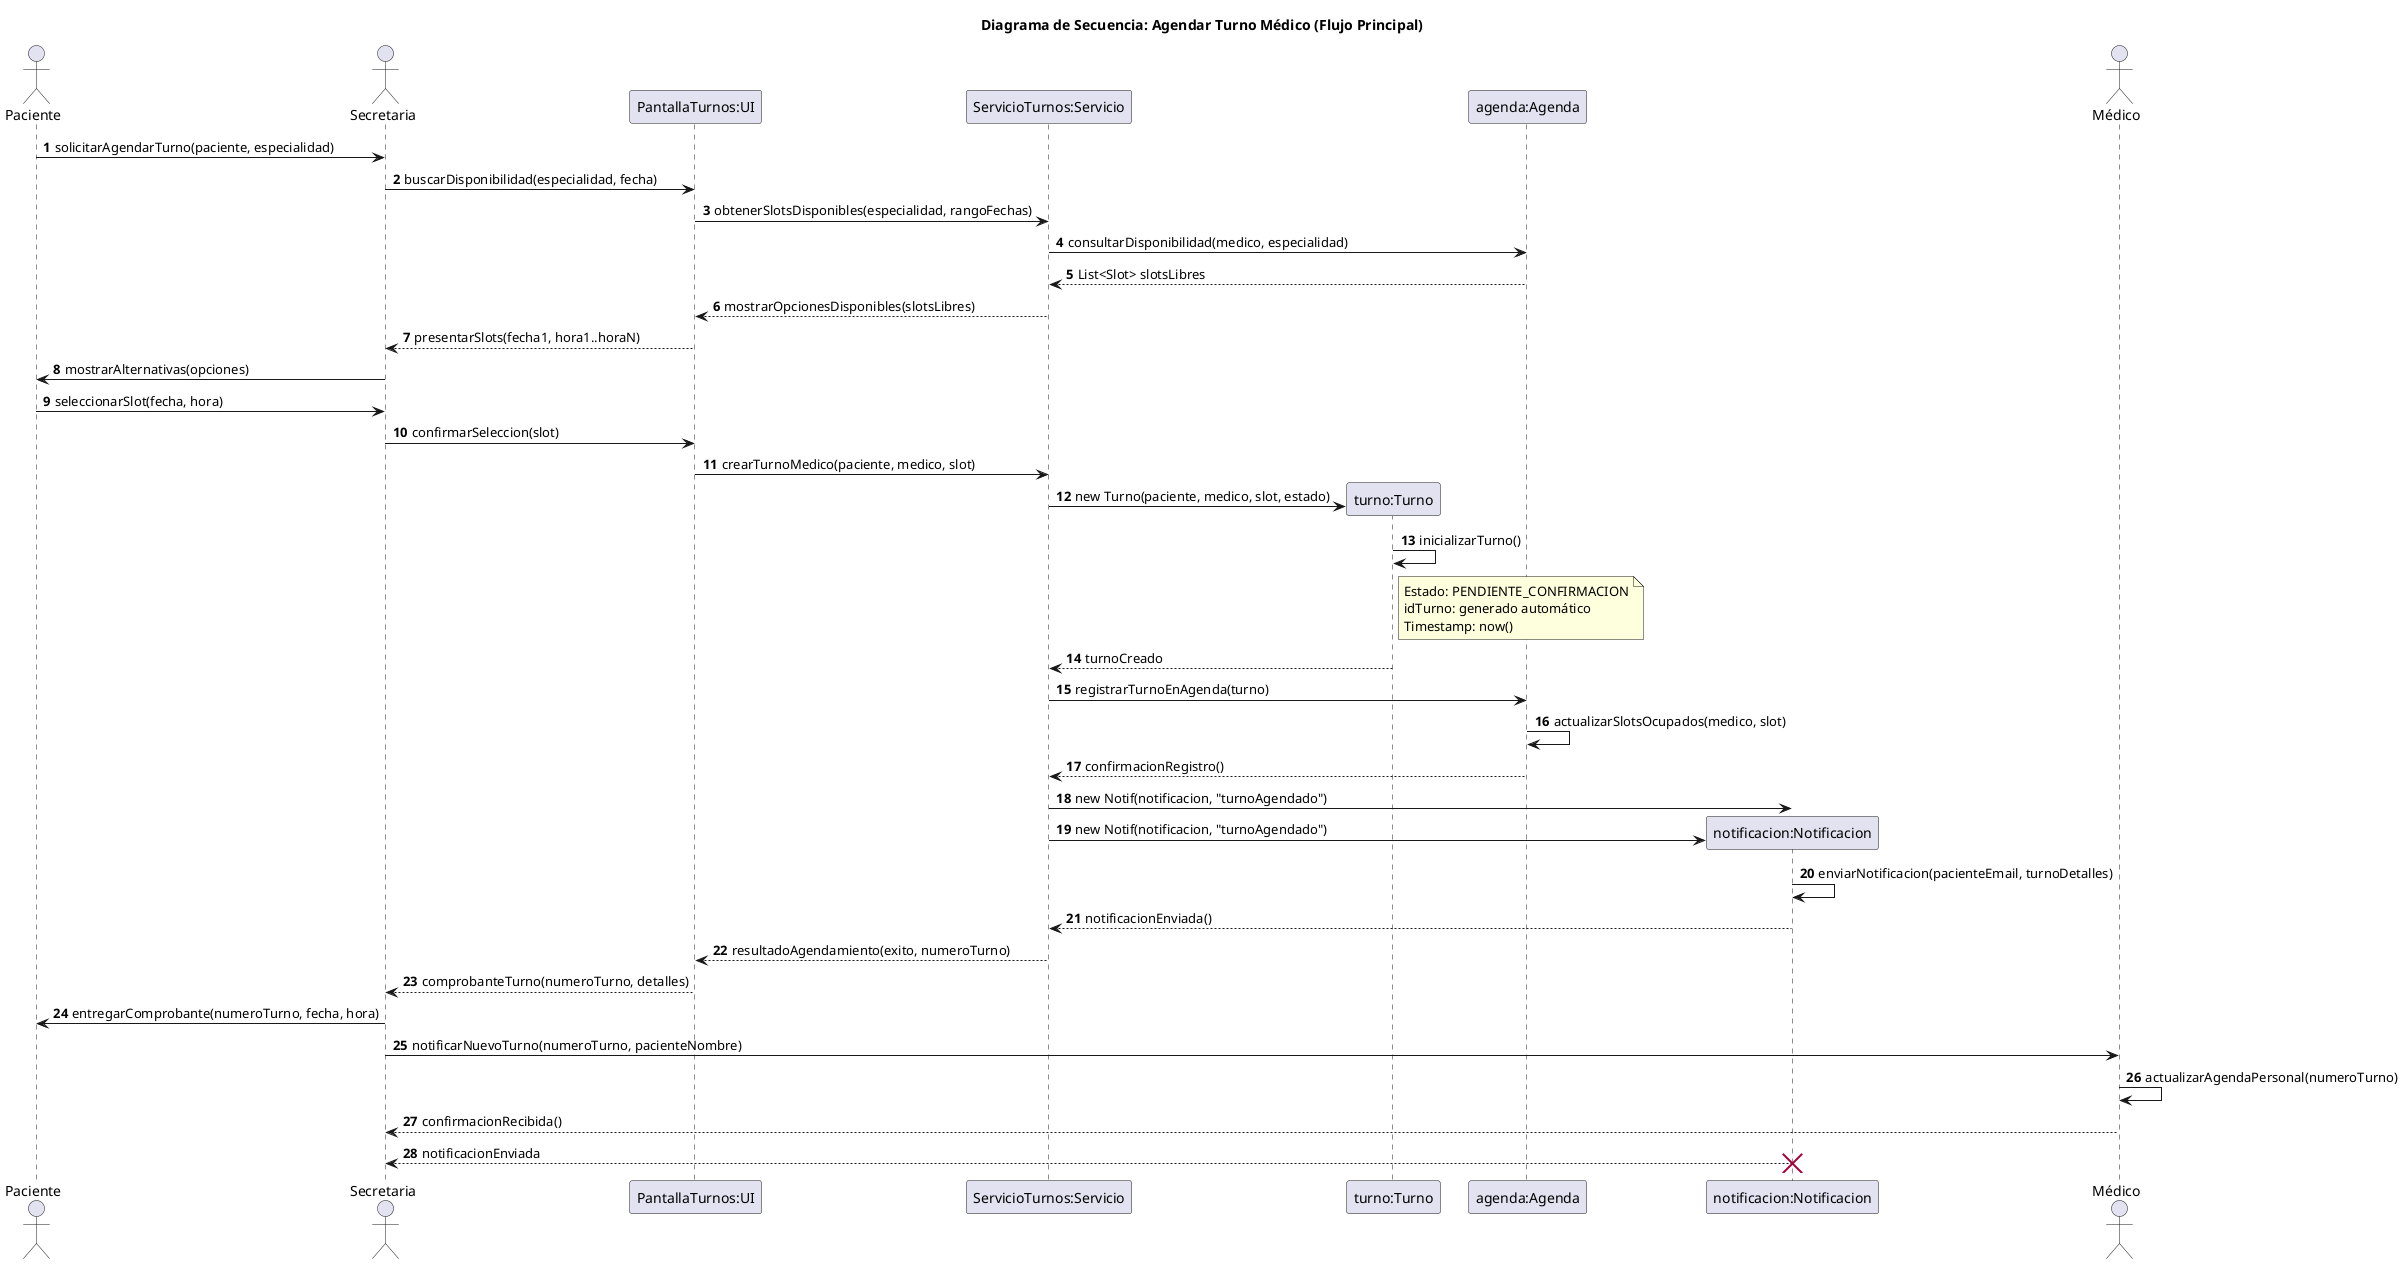
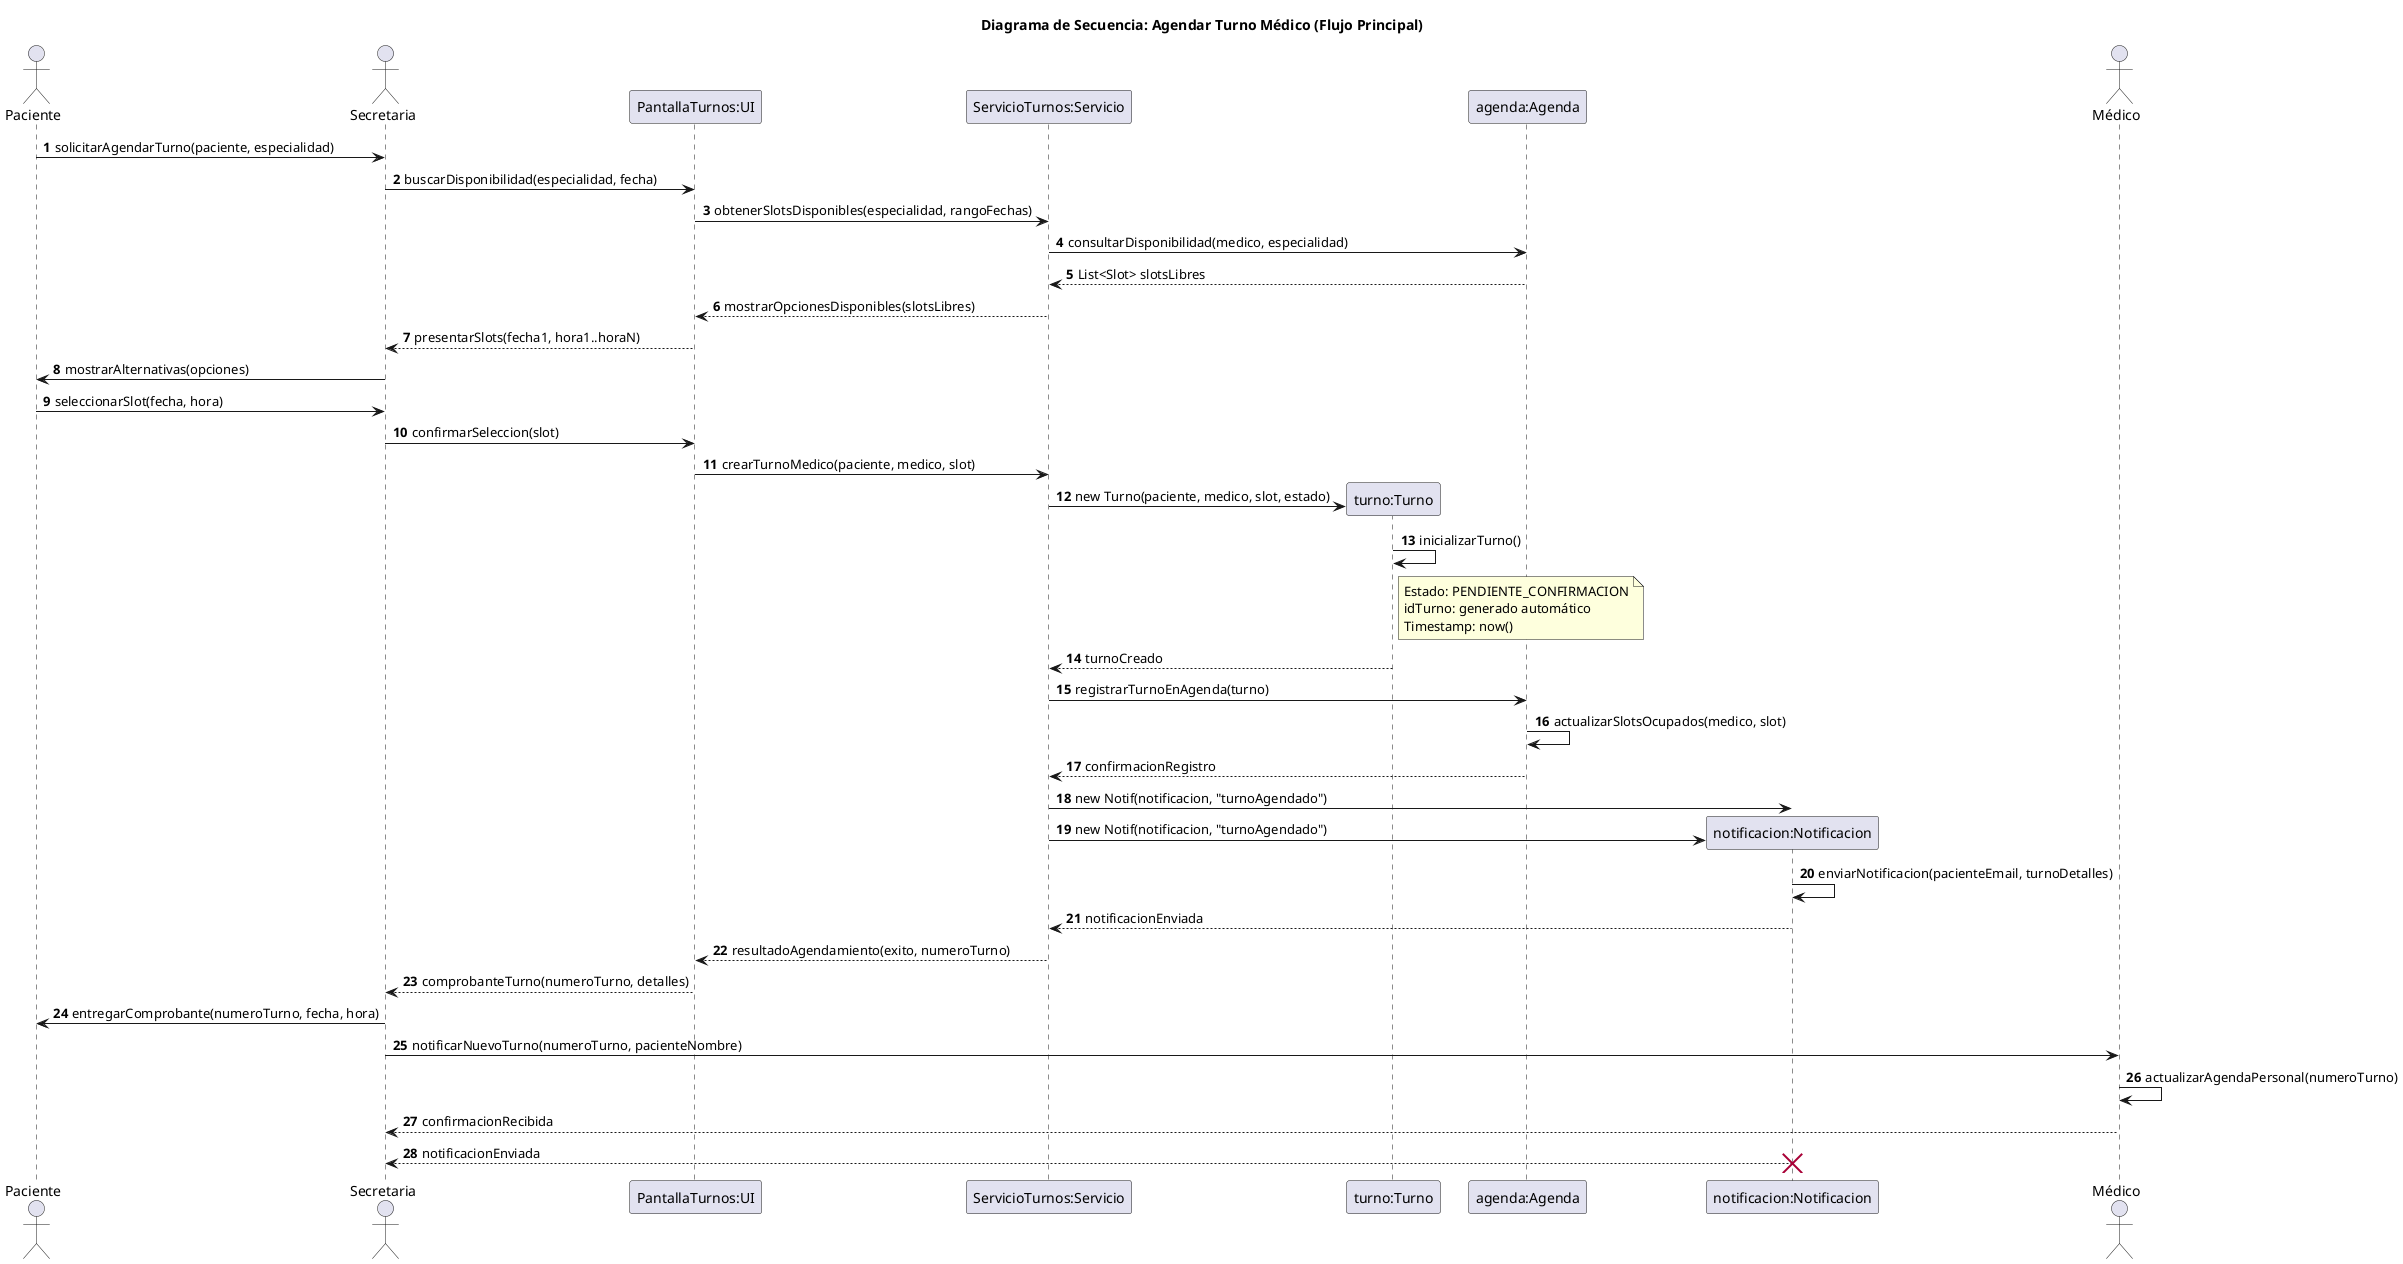
@startuml 05-secuencia-agendar-turno-flujo-principal-01
title Diagrama de Secuencia: Agendar Turno Médico (Flujo Principal)

actor Paciente
actor Secretaria
participant "PantallaTurnos:UI" as UI
participant "ServicioTurnos:Servicio" as Servicio
participant "turno:Turno" as Turno
participant "agenda:Agenda" as Agenda
participant "notificacion:Notificacion" as Notif
actor Médico

autonumber

Paciente -> Secretaria: solicitarAgendarTurno(paciente, especialidad)
Secretaria -> UI: buscarDisponibilidad(especialidad, fecha)
UI -> Servicio: obtenerSlotsDisponibles(especialidad, rangoFechas)
Servicio -> Agenda: consultarDisponibilidad(medico, especialidad)
Agenda --> Servicio: List<Slot> slotsLibres
Servicio --> UI: mostrarOpcionesDisponibles(slotsLibres)
UI --> Secretaria: presentarSlots(fecha1, hora1..horaN)
Secretaria -> Paciente: mostrarAlternativas(opciones)
Paciente -> Secretaria: seleccionarSlot(fecha, hora)
Secretaria -> UI: confirmarSeleccion(slot)
UI -> Servicio: crearTurnoMedico(paciente, medico, slot)
create Turno
Servicio -> Turno: new Turno(paciente, medico, slot, estado)
Turno -> Turno: inicializarTurno()
note right of Turno
  Estado: PENDIENTE_CONFIRMACION
  idTurno: generado automático
  Timestamp: now()
end note
Turno --> Servicio: turnoCreado
Servicio -> Agenda: registrarTurnoEnAgenda(turno)
Agenda -> Agenda: actualizarSlotsOcupados(medico, slot)
- Agenda --> Servicio: confirmacionRegistro()
+ Agenda --> Servicio: confirmacionRegistro
Servicio -> Notif: new Notif(notificacion, "turnoAgendado")
create Notif
Servicio -> Notif: new Notif(notificacion, "turnoAgendado")
Notif -> Notif: enviarNotificacion(pacienteEmail, turnoDetalles)
- Notif --> Servicio: notificacionEnviada()
+ Notif --> Servicio: notificacionEnviada
Servicio --> UI: resultadoAgendamiento(exito, numeroTurno)
UI --> Secretaria: comprobanteTurno(numeroTurno, detalles)
Secretaria -> Paciente: entregarComprobante(numeroTurno, fecha, hora)
Secretaria -> Médico: notificarNuevoTurno(numeroTurno, pacienteNombre)
Médico -> Médico: actualizarAgendaPersonal(numeroTurno)
- Médico --> Secretaria: confirmacionRecibida()
+ Médico --> Secretaria: confirmacionRecibida
Notif --> Secretaria: notificacionEnviada
destroy Notif

@enduml
